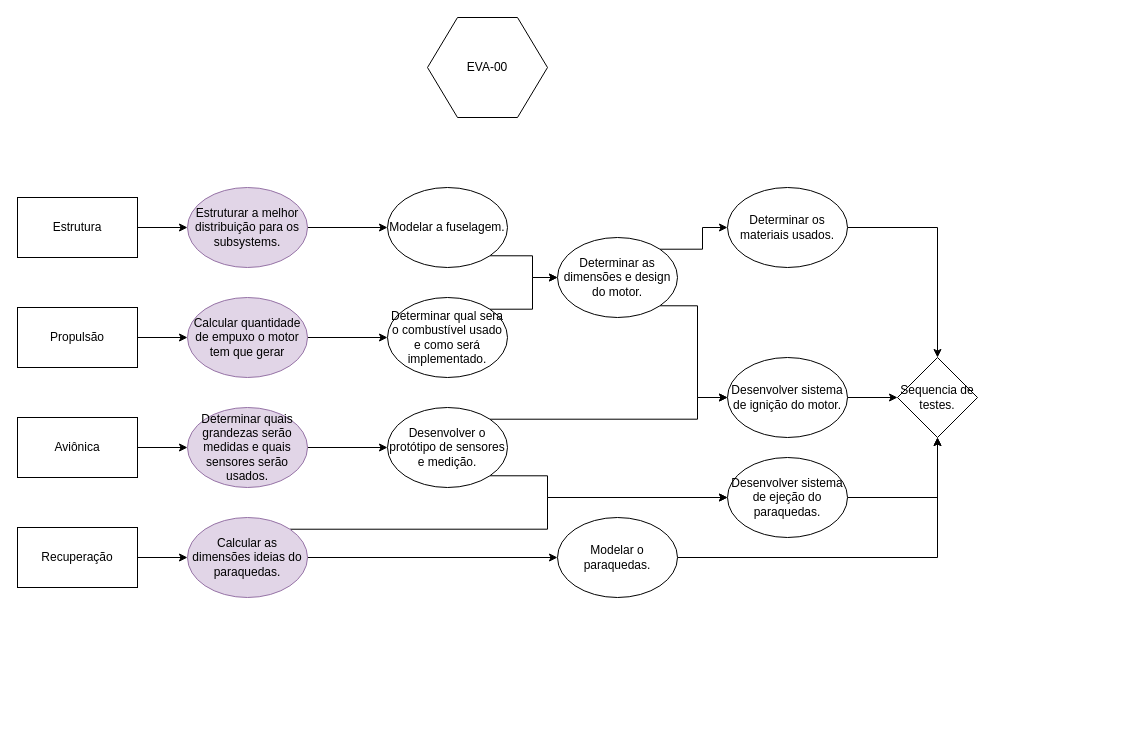
The draw.io diagram eva-00.drawio in freedxmgxd/Evangelion-Unidade-00, before the edit. Source tidied: cells renumbered, new cells numbered last; positions are measured from the earlier drawing's top-left corner, leaving out a move shared by most shapes. Both pictures are drawn from the tidied source at 100%, with x=0, y=0 at pixel (17, 17).
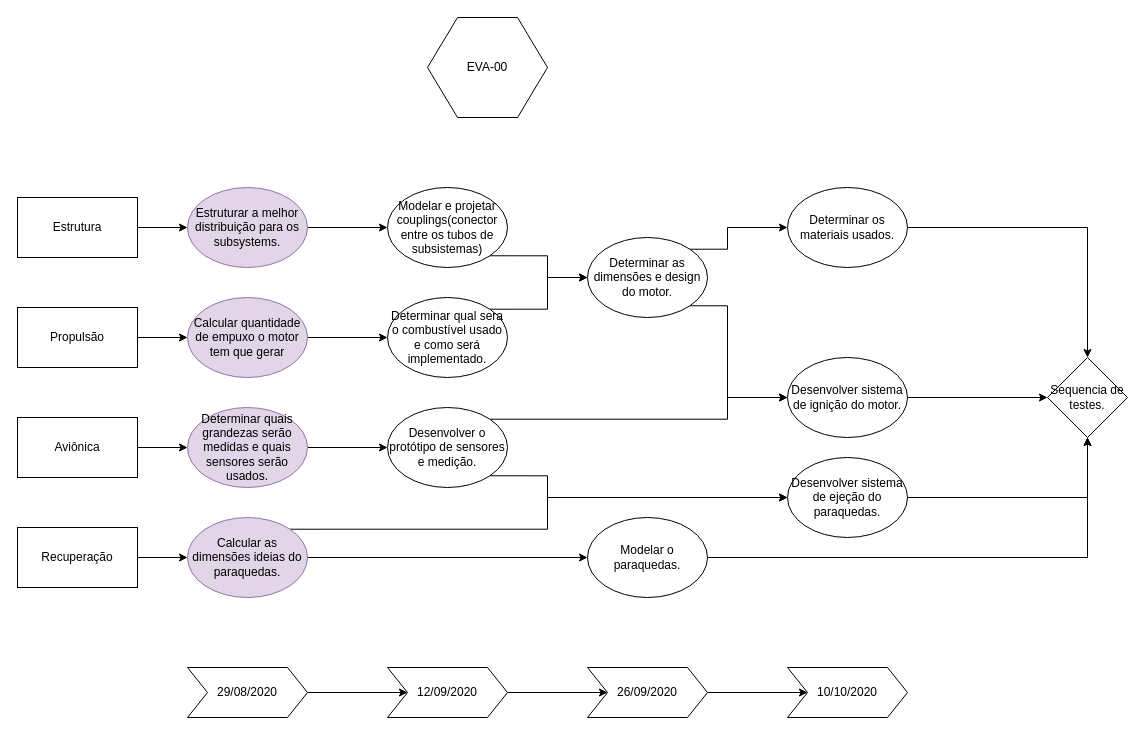
Above is the later version.

The change refers to these unchanged cells:
```xml
<mxCell id="38" value="Desenvolver o protótipo de sensores e medição." style="ellipse;whiteSpace=wrap;html=1;" parent="1" vertex="1">
  <mxGeometry x="370" y="390" width="120" height="80" as="geometry" />
</mxCell>
```

The edit, as a diff of the source:
```diff
@@
     <mxCell id="17" value="Desenvolver sistema de ejeção do paraquedas." style="ellipse;whiteSpace=wrap;html=1;" parent="1" vertex="1">
-      <mxGeometry x="710" y="440" width="120" height="80" as="geometry" />
+      <mxGeometry x="770" y="440" width="120" height="80" as="geometry" />
     </mxCell>
@@
     <mxCell id="22" style="edgeStyle=orthogonalEdgeStyle;rounded=0;jettySize=auto;html=1;exitX=1;exitY=1;exitDx=0;exitDy=0;" parent="1" edge="1" source="24" target="30">
       <mxGeometry relative="1" as="geometry">
         <Array as="points">
-          <mxPoint x="680" y="288" />
-          <mxPoint x="680" y="380" />
+          <mxPoint x="710" y="288" />
+          <mxPoint x="710" y="380" />
         </Array>
       </mxGeometry>
     </mxCell>
     <mxCell id="23" style="edgeStyle=orthogonalEdgeStyle;rounded=0;jettySize=auto;html=1;exitX=1;exitY=0;exitDx=0;exitDy=0;" parent="1" edge="1" source="24" target="35">
-      <mxGeometry relative="1" as="geometry" />
+      <mxGeometry relative="1" as="geometry">
+        <Array as="points">
+          <mxPoint x="710" y="232" />
+          <mxPoint x="710" y="210" />
+        </Array>
+      </mxGeometry>
     </mxCell>
     <mxCell id="24" value="Determinar as dimensões e design do motor." style="ellipse;whiteSpace=wrap;html=1;" parent="1" vertex="1">
-      <mxGeometry x="540" y="220" width="120" height="80" as="geometry" />
+      <mxGeometry x="570" y="220" width="120" height="80" as="geometry" />
     </mxCell>
@@
-    <mxCell id="28" value="Modelar a fuselagem." style="ellipse;whiteSpace=wrap;html=1;" parent="1" vertex="1">
+    <mxCell id="28" value="Modelar e projetar couplings(conector entre os tubos de subsistemas)" style="ellipse;whiteSpace=wrap;html=1;" parent="1" vertex="1">
       <mxGeometry x="370" y="170" width="120" height="80" as="geometry" />
     </mxCell>
@@
     <mxCell id="30" value="Desenvolver sistema de ignição do motor." style="ellipse;whiteSpace=wrap;html=1;" parent="1" vertex="1">
-      <mxGeometry x="710" y="340" width="120" height="80" as="geometry" />
+      <mxGeometry x="770" y="340" width="120" height="80" as="geometry" />
     </mxCell>
     <mxCell id="31" value="Sequencia de testes." style="rhombus;whiteSpace=wrap;html=1;" parent="1" vertex="1">
-      <mxGeometry x="880" y="340" width="80" height="80" as="geometry" />
+      <mxGeometry x="1030" y="340" width="80" height="80" as="geometry" />
     </mxCell>
@@
     <mxCell id="33" value="Modelar o paraquedas." style="ellipse;whiteSpace=wrap;html=1;" parent="1" vertex="1">
-      <mxGeometry x="540" y="500" width="120" height="80" as="geometry" />
+      <mxGeometry x="570" y="500" width="120" height="80" as="geometry" />
     </mxCell>
@@
     <mxCell id="35" value="Determinar os materiais usados." style="ellipse;whiteSpace=wrap;html=1;" parent="1" vertex="1">
-      <mxGeometry x="710" y="170" width="120" height="80" as="geometry" />
+      <mxGeometry x="770" y="170" width="120" height="80" as="geometry" />
     </mxCell>
     <mxCell id="36" style="edgeStyle=orthogonalEdgeStyle;rounded=0;jettySize=auto;html=1;exitX=1;exitY=0;exitDx=0;exitDy=0;" parent="1" edge="1" source="38" target="30">
       <mxGeometry relative="1" as="geometry">
         <Array as="points">
-          <mxPoint x="680" y="402" />
-          <mxPoint x="680" y="380" />
+          <mxPoint x="710" y="402" />
+          <mxPoint x="710" y="380" />
         </Array>
       </mxGeometry>
     </mxCell>
@@
+    <mxCell id="39" style="edgeStyle=orthogonalEdgeStyle;rounded=0;jettySize=auto;html=1;exitX=1;exitY=0.5;exitDx=0;exitDy=0;entryX=0;entryY=0.5;entryDx=0;entryDy=0;" parent="1" edge="1" source="40" target="42">
+      <mxGeometry relative="1" as="geometry" />
+    </mxCell>
+    <mxCell id="40" value="29/08/2020" style="shape=step;perimeter=stepPerimeter;whiteSpace=wrap;html=1;fixedSize=1;" parent="1" vertex="1">
+      <mxGeometry x="170" y="650" width="120" height="50" as="geometry" />
+    </mxCell>
+    <mxCell id="41" style="edgeStyle=orthogonalEdgeStyle;rounded=0;jettySize=auto;html=1;" parent="1" edge="1" source="42" target="44">
+      <mxGeometry relative="1" as="geometry" />
+    </mxCell>
+    <mxCell id="42" value="12/09/2020" style="shape=step;perimeter=stepPerimeter;whiteSpace=wrap;html=1;fixedSize=1;" parent="1" vertex="1">
+      <mxGeometry x="370" y="650" width="120" height="50" as="geometry" />
+    </mxCell>
+    <mxCell id="43" style="edgeStyle=orthogonalEdgeStyle;rounded=0;jettySize=auto;html=1;" parent="1" edge="1" source="44" target="45">
+      <mxGeometry relative="1" as="geometry" />
+    </mxCell>
+    <mxCell id="44" value="26/09/2020" style="shape=step;perimeter=stepPerimeter;whiteSpace=wrap;html=1;fixedSize=1;" parent="1" vertex="1">
+      <mxGeometry x="570" y="650" width="120" height="50" as="geometry" />
+    </mxCell>
+    <mxCell id="45" value="10/10/2020" style="shape=step;perimeter=stepPerimeter;whiteSpace=wrap;html=1;fixedSize=1;" parent="1" vertex="1">
+      <mxGeometry x="770" y="650" width="120" height="50" as="geometry" />
+    </mxCell>
```
